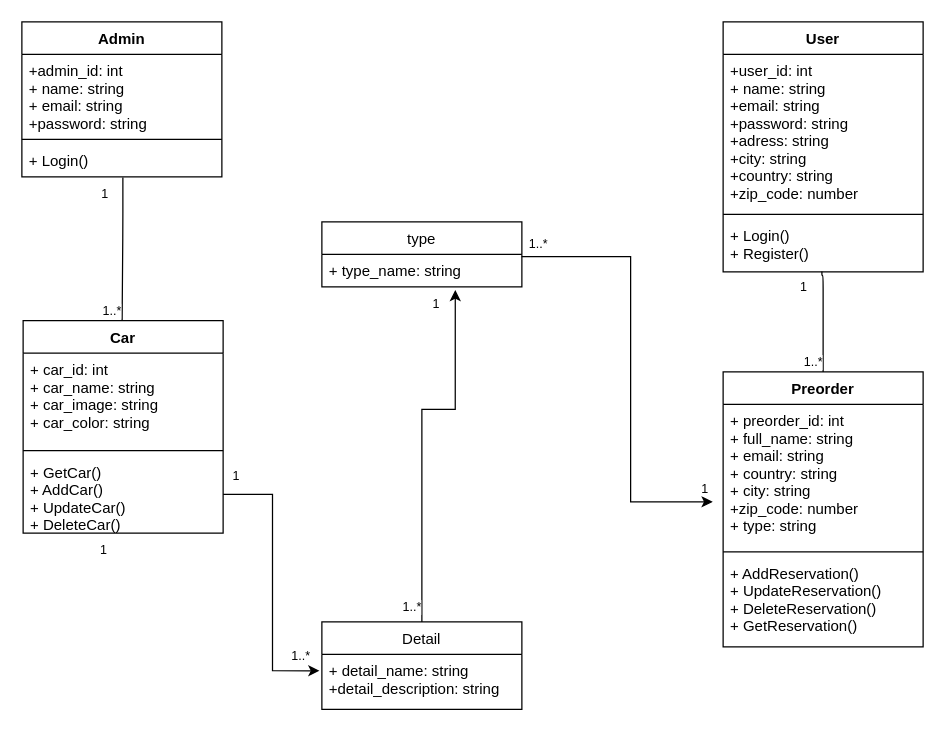
The draw.io diagram ClassDiagram.drawio in moultamissimane/NAMX-Conception, before the edit. Source tidied: cells renumbered, new cells numbered last; positions are measured from the earlier drawing's top-left corner, leaving out a move shared by most shapes. Both pictures are drawn from the tidied source at 125%, with x=0, y=0 at pixel (21, 21).
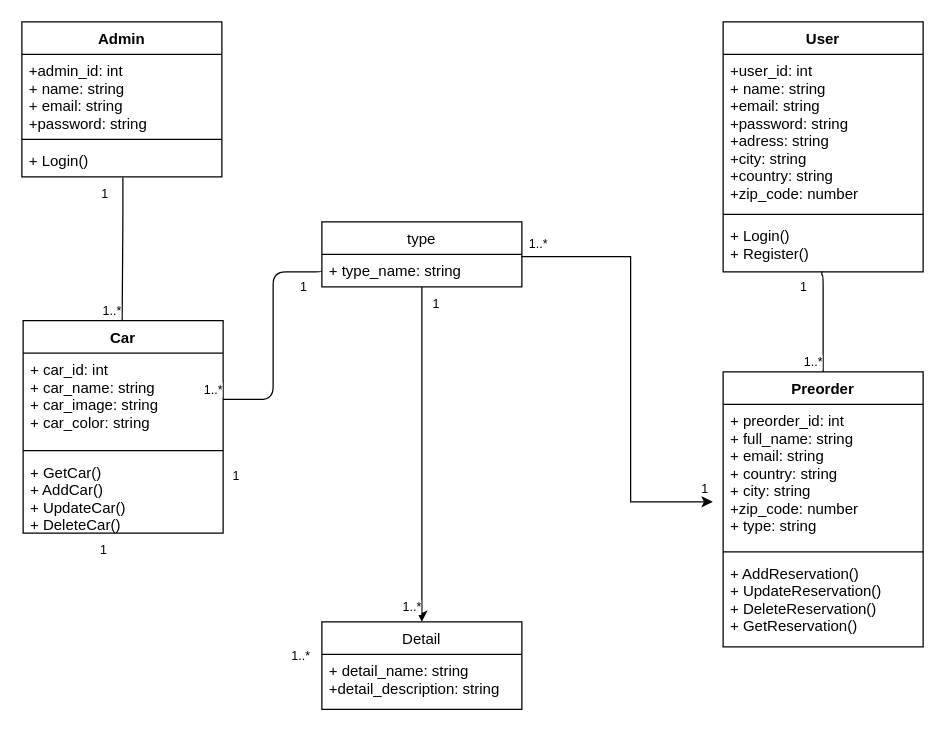
The same diagram, later.

Commit message:
edit class diagram

Unchanged cells that the change refers to:
```xml
<mxCell id="12" value="+ car_id: int&#10;+ car_name: string&#10;+ car_image: string&#10;+ car_color: string" style="text;strokeColor=none;fillColor=none;align=left;verticalAlign=top;spacingLeft=4;spacingRight=4;overflow=hidden;points=[[0,0.5],[1,0.5]];portConstraint=eastwest;" parent="11" vertex="1">
  <mxGeometry y="26" width="160" height="74" as="geometry" />
</mxCell>
<mxCell id="14" value="+ GetCar()&#10;+ AddCar()&#10;+ UpdateCar()&#10;+ DeleteCar()" style="text;strokeColor=none;fillColor=none;align=left;verticalAlign=top;spacingLeft=4;spacingRight=4;overflow=hidden;points=[[0,0.5],[1,0.5]];portConstraint=eastwest;" parent="11" vertex="1">
  <mxGeometry y="108" width="160" height="62" as="geometry" />
</mxCell>
<mxCell id="19" value="type" style="swimlane;fontStyle=0;horizontal=1;startSize=26;fillColor=none;" parent="1" vertex="1">
  <mxGeometry x="240" y="160" width="160" height="52" as="geometry" />
</mxCell>
<mxCell id="20" value="+ type_name: string" style="text;strokeColor=none;fillColor=none;align=left;verticalAlign=top;spacingLeft=4;spacingRight=4;overflow=hidden;points=[[0,0.5],[1,0.5]];portConstraint=eastwest;" parent="19" vertex="1">
  <mxGeometry y="26" width="160" height="26" as="geometry" />
</mxCell>
<mxCell id="21" value="Detail" style="swimlane;fontStyle=0;horizontal=1;startSize=26;fillColor=none;" parent="1" vertex="1">
  <mxGeometry x="240" y="480" width="160" height="70" as="geometry" />
</mxCell>
<mxCell id="22" value="+ detail_name: string&#10;+detail_description: string" style="text;strokeColor=none;fillColor=none;align=left;verticalAlign=top;spacingLeft=4;spacingRight=4;overflow=hidden;points=[[0,0.5],[1,0.5]];portConstraint=eastwest;" parent="21" vertex="1">
  <mxGeometry y="26" width="160" height="44" as="geometry" />
</mxCell>
```

The edit, as a diff of the source:
```diff
@@
-    <mxCell id="10" style="edgeStyle=orthogonalEdgeStyle;rounded=0;jettySize=auto;html=1;exitX=0.5;exitY=0;exitDx=0;exitDy=0;entryX=0.667;entryY=1.096;entryDx=0;entryDy=0;entryPerimeter=0;" parent="1" edge="1" source="21" target="20">
-      <mxGeometry relative="1" as="geometry">
-        <Array as="points">
-          <mxPoint x="320" y="310" />
-          <mxPoint x="347" y="310" />
-        </Array>
-      </mxGeometry>
-    </mxCell>
@@
+    <mxCell id="39" style="edgeStyle=orthogonalEdgeStyle;rounded=0;jettySize=auto;html=1;entryX=0.5;entryY=0;entryDx=0;entryDy=0;startArrow=none;startFill=0;" parent="1" edge="1" source="19" target="21">
+      <mxGeometry relative="1" as="geometry" />
+    </mxCell>
@@
-    <mxCell id="29" style="edgeStyle=orthogonalEdgeStyle;rounded=0;jettySize=auto;html=1;exitX=1;exitY=0.5;exitDx=0;exitDy=0;entryX=-0.012;entryY=0.298;entryDx=0;entryDy=0;entryPerimeter=0;" parent="1" edge="1" source="14" target="22">
-      <mxGeometry relative="1" as="geometry" />
-    </mxCell>
@@
+    <mxCell id="40" style="endArrow=none;html=1;edgeStyle=orthogonalEdgeStyle;entryX=1;entryY=0.5;entryDx=0;entryDy=0;exitX=0;exitY=0.5;exitDx=0;exitDy=0;" parent="1" edge="1" source="20" target="12">
+      <mxGeometry relative="1" as="geometry">
+        <Array as="points">
+          <mxPoint x="201" y="200" />
+          <mxPoint x="201" y="302" />
+        </Array>
+      </mxGeometry>
+    </mxCell>
+    <mxCell id="41" value="1" style="html=1;align=left;verticalAlign=bottom;labelBackgroundColor=#ffffff;fontSize=10;" parent="40" vertex="1">
+      <mxGeometry x="-1" relative="1" as="geometry">
+        <mxPoint x="-19" y="20.5" as="offset" />
+      </mxGeometry>
+    </mxCell>
+    <mxCell id="42" value="1..*" style="html=1;align=right;verticalAlign=bottom;labelBackgroundColor=#ffffff;fontSize=10;" parent="40" vertex="1">
+      <mxGeometry x="1" relative="1" as="geometry" />
+    </mxCell>
```
